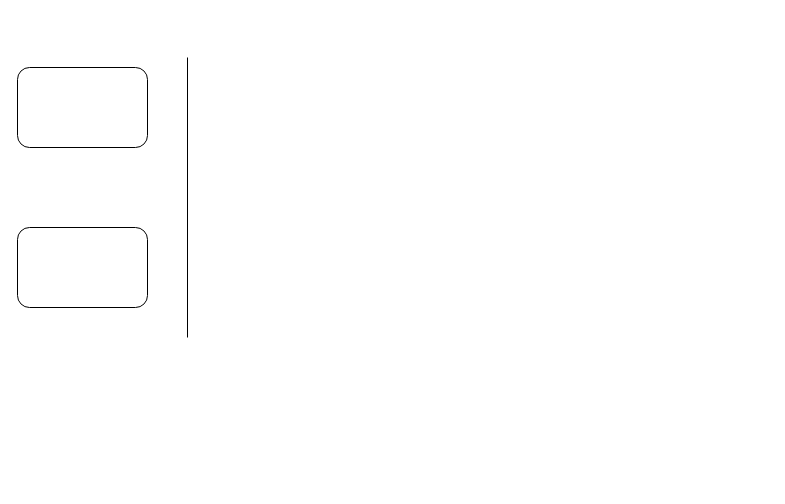
Before: Untitled Diagram.drawio in JintaiYang/Ad-papers, a draw.io diagram. Source tidied: cells renumbered, new cells numbered last; positions are measured from the earlier drawing's top-left corner, leaving out a move shared by most shapes. Both pictures are drawn from the tidied source at 100%, with x=0, y=0 at pixel (17, 57).
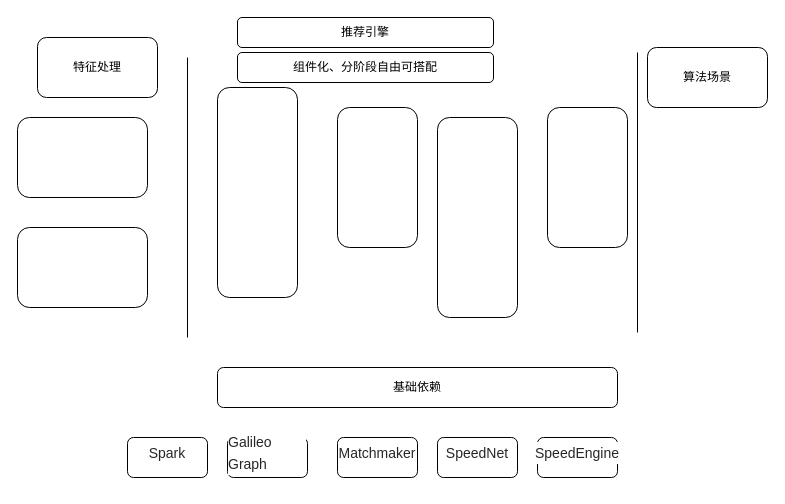
After the change.

Change to the diagram source:
```diff
@@
     <mxCell id="2" style="rounded=1;whiteSpace=wrap;html=1;" parent="1" vertex="1">
-      <mxGeometry y="10" width="130" height="80" as="geometry" />
+      <mxGeometry y="60" width="130" height="80" as="geometry" />
     </mxCell>
@@
+    <mxCell id="5" style="rounded=1;whiteSpace=wrap;html=1;" parent="1" vertex="1">
+      <mxGeometry x="200" y="30" width="80" height="210" as="geometry" />
+    </mxCell>
+    <mxCell id="6" style="rounded=1;whiteSpace=wrap;html=1;" parent="1" vertex="1">
+      <mxGeometry x="420" y="60" width="80" height="200" as="geometry" />
+    </mxCell>
+    <mxCell id="7" style="endArrow=none;html=1;rounded=0;" parent="1" edge="1">
+      <mxGeometry relative="1" as="geometry">
+        <mxPoint x="620" y="275" as="sourcePoint" />
+        <mxPoint x="620" y="-5" as="targetPoint" />
+      </mxGeometry>
+    </mxCell>
+    <mxCell id="8" value="推荐引擎" style="rounded=1;whiteSpace=wrap;html=1;" parent="1" vertex="1">
+      <mxGeometry x="220" y="-40" width="256" height="30" as="geometry" />
+    </mxCell>
+    <mxCell id="9" style="rounded=1;whiteSpace=wrap;html=1;" parent="1" vertex="1">
+      <mxGeometry x="530" y="50" width="80" height="140" as="geometry" />
+    </mxCell>
+    <mxCell id="10" style="rounded=1;whiteSpace=wrap;html=1;" parent="1" vertex="1">
+      <mxGeometry x="320" y="50" width="80" height="140" as="geometry" />
+    </mxCell>
+    <mxCell id="11" value="基础依赖" style="rounded=1;whiteSpace=wrap;html=1;" parent="1" vertex="1">
+      <mxGeometry x="200" y="310" width="400" height="40" as="geometry" />
+    </mxCell>
+    <mxCell id="12" value="特征处理" style="rounded=1;whiteSpace=wrap;html=1;" parent="1" vertex="1">
+      <mxGeometry x="20" y="-20" width="120" height="60" as="geometry" />
+    </mxCell>
+    <mxCell id="13" value="&lt;h3 style=&quot;box-sizing: border-box; margin: 2px 0px 12px; color: rgba(0, 0, 0, 0.85); font-weight: 400; font-family: &amp;quot;PingFang SC&amp;quot;; font-size: 14px; line-height: 22px; text-align: start; background-color: rgb(255, 255, 255);&quot; data-v-6730d91e=&quot;&quot;&gt;Galileo Graph&lt;/h3&gt;" style="rounded=1;whiteSpace=wrap;html=1;" parent="1" vertex="1">
+      <mxGeometry x="210" y="380" width="80" height="40" as="geometry" />
+    </mxCell>
+    <mxCell id="14" value="&lt;h3 style=&quot;box-sizing: border-box; margin: 2px 0px 12px; color: rgba(0, 0, 0, 0.85); font-weight: 400; font-family: &amp;quot;PingFang SC&amp;quot;; font-size: 14px; line-height: 22px; text-align: start; background-color: rgb(255, 255, 255);&quot; data-v-6730d91e=&quot;&quot;&gt;SpeedNet&lt;/h3&gt;" style="rounded=1;whiteSpace=wrap;html=1;" parent="1" vertex="1">
+      <mxGeometry x="420" y="380" width="80" height="40" as="geometry" />
+    </mxCell>
+    <mxCell id="15" value="&lt;h3 style=&quot;box-sizing: border-box; margin: 2px 0px 12px; color: rgba(0, 0, 0, 0.85); font-weight: 400; font-family: &amp;quot;PingFang SC&amp;quot;; font-size: 14px; line-height: 22px; text-align: start; background-color: rgb(255, 255, 255);&quot; data-v-6730d91e=&quot;&quot;&gt;Matchmaker&lt;/h3&gt;" style="rounded=1;whiteSpace=wrap;html=1;" parent="1" vertex="1">
+      <mxGeometry x="320" y="380" width="80" height="40" as="geometry" />
+    </mxCell>
+    <mxCell id="16" value="&lt;h3 style=&quot;box-sizing: border-box; margin: 2px 0px 12px; color: rgba(0, 0, 0, 0.85); font-weight: 400; font-family: &amp;quot;PingFang SC&amp;quot;; font-size: 14px; line-height: 22px; text-align: start; background-color: rgb(255, 255, 255);&quot; data-v-6730d91e=&quot;&quot;&gt;SpeedEngine&lt;/h3&gt;" style="rounded=1;whiteSpace=wrap;html=1;" parent="1" vertex="1">
+      <mxGeometry x="520" y="380" width="80" height="40" as="geometry" />
+    </mxCell>
+    <mxCell id="17" value="&lt;h3 style=&quot;box-sizing: border-box; margin: 2px 0px 12px; color: rgba(0, 0, 0, 0.85); font-weight: 400; font-family: &amp;quot;PingFang SC&amp;quot;; font-size: 14px; line-height: 22px; text-align: start; background-color: rgb(255, 255, 255);&quot; data-v-6730d91e=&quot;&quot;&gt;Spark&lt;/h3&gt;" style="rounded=1;whiteSpace=wrap;html=1;" parent="1" vertex="1">
+      <mxGeometry x="110" y="380" width="80" height="40" as="geometry" />
+    </mxCell>
+    <mxCell id="18" value="组件化、分阶段自由可搭配" style="rounded=1;whiteSpace=wrap;html=1;" parent="1" vertex="1">
+      <mxGeometry x="220" y="-5" width="256" height="30" as="geometry" />
+    </mxCell>
+    <mxCell id="19" value="算法场景" style="rounded=1;whiteSpace=wrap;html=1;" parent="1" vertex="1">
+      <mxGeometry x="630" y="-10" width="120" height="60" as="geometry" />
+    </mxCell>
```
